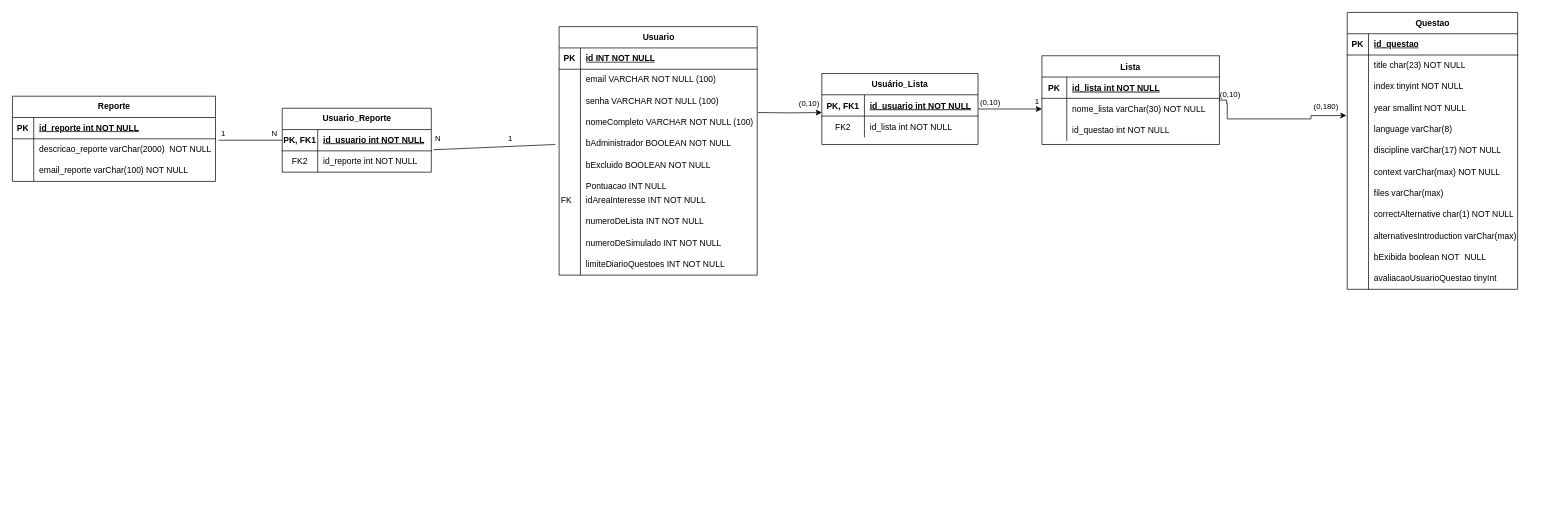
The draw.io diagram DIAGRAMA ER.drawio in augustorazani/QENEM-UML-Diagram, before the edit. Source tidied: cells renumbered, new cells numbered last; positions are measured from the earlier drawing's top-left corner, leaving out a move shared by most shapes. Both pictures are drawn from the tidied source at 71%, with x=0, y=0 at pixel (12, 12).
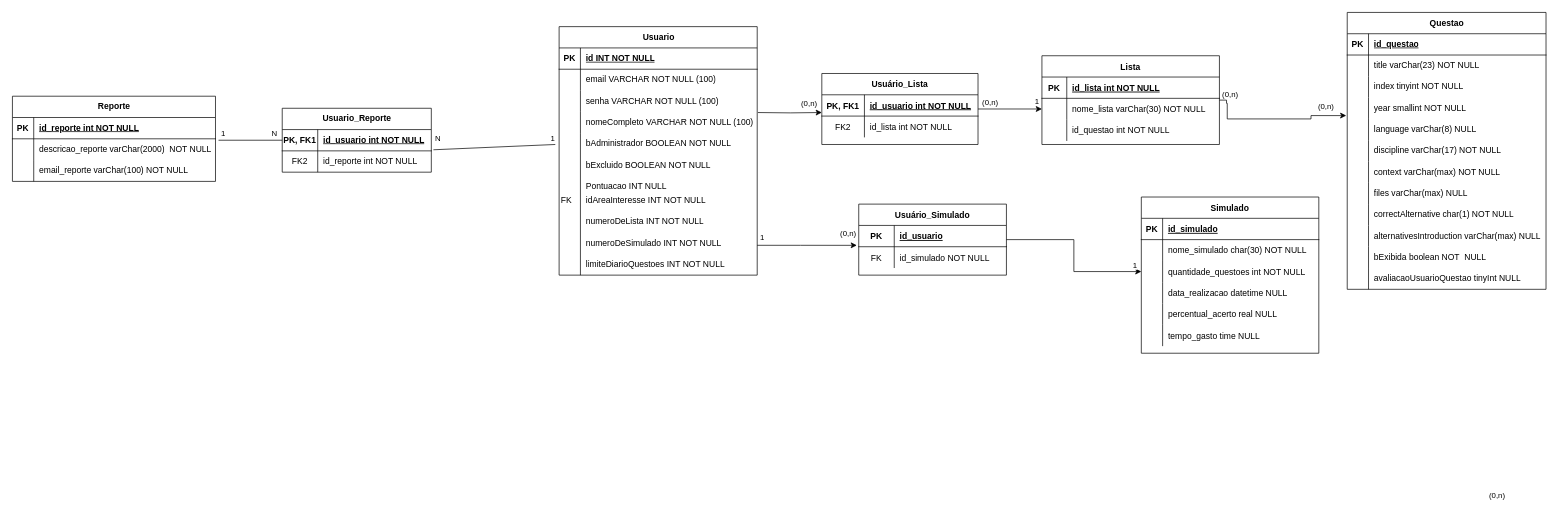
The same page after the edit.

The change refers to these unchanged cells:
```xml
<mxCell id="2" style="edgeStyle=orthogonalEdgeStyle;rounded=0;jettySize=auto;html=1;entryX=-0.005;entryY=0.844;entryDx=0;entryDy=0;entryPerimeter=0;" parent="1" edge="1" source="5" target="60">
  <mxGeometry relative="1" as="geometry">
    <Array as="points">
      <mxPoint x="1710" y="124" />
      <mxPoint x="1710" y="128" />
      <mxPoint x="1711" y="128" />
      <mxPoint x="1711" y="150" />
      <mxPoint x="1829" y="150" />
    </Array>
  </mxGeometry>
</mxCell>
<mxCell id="23" style="edgeStyle=orthogonalEdgeStyle;rounded=0;jettySize=auto;html=1;entryX=0;entryY=0.833;entryDx=0;entryDy=0;entryPerimeter=0;" parent="1" edge="1" target="17">
  <mxGeometry relative="1" as="geometry">
    <mxPoint x="1050" y="141" as="sourcePoint" />
  </mxGeometry>
</mxCell>
<mxCell id="87" value="Usuario" style="shape=table;startSize=30;childLayout=tableLayout;rowLines=0;fontStyle=1;align=center;html=1;" parent="1" vertex="1">
  <mxGeometry x="770" y="20" width="279" height="350" as="geometry" />
</mxCell>
```

What changed in the source:
```diff
@@
-    <mxCell id="3" value="(0,180)" style="edgeLabel;html=1;align=center;verticalAlign=middle;" parent="2" vertex="1">
+    <mxCell id="3" value="(0,n)" style="edgeLabel;html=1;align=center;verticalAlign=middle;" parent="2" vertex="1">
       <mxGeometry x="0.8" y="1" relative="1" as="geometry">
         <mxPoint x="-8" y="-13" as="offset" />
       </mxGeometry>
     </mxCell>
-    <mxCell id="4" value="(0,10)" style="edgeLabel;html=1;align=center;verticalAlign=middle;" parent="2" vertex="1">
+    <mxCell id="4" value="(0,n)" style="edgeLabel;html=1;align=center;verticalAlign=middle;" parent="2" vertex="1">
       <mxGeometry x="-0.8" y="1" relative="1" as="geometry">
         <mxPoint x="2" y="-19" as="offset" />
       </mxGeometry>
     </mxCell>
@@
-    <mxCell id="24" value="(0,10)" style="edgeLabel;html=1;align=center;verticalAlign=middle;" parent="23" vertex="1">
+    <mxCell id="24" value="(0,n)" style="edgeLabel;html=1;align=center;verticalAlign=middle;" parent="23" vertex="1">
       <mxGeometry x="0.6" y="1" relative="1" as="geometry">
         <mxPoint y="-12" as="offset" />
       </mxGeometry>
     </mxCell>
-    <mxCell id="25" value="(0,10)" style="edgeLabel;html=1;align=center;verticalAlign=middle;" parent="1" vertex="1">
+    <mxCell id="25" value="(0,n)" style="edgeLabel;html=1;align=center;verticalAlign=middle;" parent="1" vertex="1">
       <mxGeometry x="1371" y="125" as="geometry">
         <mxPoint x="5" y="1" as="offset" />
       </mxGeometry>
     </mxCell>
@@
     <mxCell id="49" value="1" style="edgeLabel;html=1;align=center;verticalAlign=middle;" parent="1" vertex="1">
-      <mxGeometry x="380" y="170" as="geometry">
+      <mxGeometry x="440" y="170" as="geometry">
         <mxPoint x="320" y="7" as="offset" />
       </mxGeometry>
     </mxCell>
     <mxCell id="50" value="Questao" style="shape=table;startSize=30;childLayout=tableLayout;rowLines=0;fontStyle=1;align=center;html=1;" parent="1" vertex="1">
-      <mxGeometry x="1880" width="240" height="390" as="geometry" />
+      <mxGeometry x="1880" width="280" height="390" as="geometry" />
     </mxCell>
     <mxCell id="51" style="shape=tableRow;horizontal=0;startSize=0;swimlaneHead=0;swimlaneBody=0;fillColor=none;top=0;left=0;right=0;bottom=1;" parent="50" vertex="1">
-      <mxGeometry y="30" width="240" height="30" as="geometry" />
+      <mxGeometry y="30" width="280" height="30" as="geometry" />
     </mxCell>
@@
     <mxCell id="53" value="id_questao" style="shape=partialRectangle;fillColor=none;top=0;left=0;bottom=0;right=0;align=left;spacingLeft=6;fontStyle=5;overflow=hidden;whiteSpace=wrap;html=1;" parent="51" vertex="1">
-      <mxGeometry x="30" width="210" height="30" as="geometry" />
+      <mxGeometry x="30" width="250" height="30" as="geometry" />
     </mxCell>
     <mxCell id="54" style="shape=tableRow;horizontal=0;startSize=0;swimlaneHead=0;swimlaneBody=0;fillColor=none;top=0;left=0;right=0;bottom=0;" parent="50" vertex="1">
-      <mxGeometry y="60" width="240" height="30" as="geometry" />
+      <mxGeometry y="60" width="280" height="30" as="geometry" />
     </mxCell>
@@
-    <mxCell id="56" value="title char(23) NOT NULL" style="shape=partialRectangle;fillColor=none;top=0;left=0;bottom=0;right=0;align=left;spacingLeft=6;overflow=hidden;whiteSpace=wrap;html=1;" parent="54" vertex="1">
-      <mxGeometry x="30" width="210" height="30" as="geometry" />
+    <mxCell id="56" value="title varChar(23) NOT NULL" style="shape=partialRectangle;fillColor=none;top=0;left=0;bottom=0;right=0;align=left;spacingLeft=6;overflow=hidden;whiteSpace=wrap;html=1;" parent="54" vertex="1">
+      <mxGeometry x="30" width="250" height="30" as="geometry" />
     </mxCell>
     <mxCell id="57" style="shape=tableRow;horizontal=0;startSize=0;swimlaneHead=0;swimlaneBody=0;fillColor=none;top=0;left=0;right=0;bottom=0;" parent="50" vertex="1">
-      <mxGeometry y="90" width="240" height="30" as="geometry" />
+      <mxGeometry y="90" width="280" height="30" as="geometry" />
     </mxCell>
@@
     <mxCell id="59" value="index tinyint NOT NULL" style="shape=partialRectangle;fillColor=none;top=0;left=0;bottom=0;right=0;align=left;spacingLeft=6;overflow=hidden;whiteSpace=wrap;html=1;" parent="57" vertex="1">
-      <mxGeometry x="30" width="210" height="30" as="geometry" />
+      <mxGeometry x="30" width="250" height="30" as="geometry" />
     </mxCell>
     <mxCell id="60" style="shape=tableRow;horizontal=0;startSize=0;swimlaneHead=0;swimlaneBody=0;fillColor=none;points=[[0,0.5],[1,0.5]];portConstraint=eastwest;top=0;left=0;right=0;bottom=0;" parent="50" vertex="1">
-      <mxGeometry y="120" width="240" height="30" as="geometry" />
+      <mxGeometry y="120" width="280" height="30" as="geometry" />
     </mxCell>
@@
     <mxCell id="62" value="year smallint NOT NULL" style="shape=partialRectangle;fillColor=none;top=0;left=0;bottom=0;right=0;align=left;spacingLeft=6;overflow=hidden;whiteSpace=wrap;html=1;" parent="60" vertex="1">
-      <mxGeometry x="30" width="210" height="30" as="geometry" />
+      <mxGeometry x="30" width="250" height="30" as="geometry" />
     </mxCell>
     <mxCell id="63" style="shape=tableRow;horizontal=0;startSize=0;swimlaneHead=0;swimlaneBody=0;fillColor=none;top=0;left=0;right=0;bottom=0;" parent="50" vertex="1">
-      <mxGeometry y="150" width="240" height="30" as="geometry" />
+      <mxGeometry y="150" width="280" height="30" as="geometry" />
     </mxCell>
@@
-    <mxCell id="65" value="language varC&lt;span style=&quot;background-color: transparent; color: light-dark(rgb(0, 0, 0), rgb(255, 255, 255));&quot;&gt;har(8)&lt;/span&gt;" style="shape=partialRectangle;fillColor=none;top=0;left=0;bottom=0;right=0;align=left;spacingLeft=6;overflow=hidden;whiteSpace=wrap;html=1;" parent="63" vertex="1">
-      <mxGeometry x="30" width="210" height="30" as="geometry" />
+    <mxCell id="65" value="language varC&lt;span style=&quot;background-color: transparent; color: light-dark(rgb(0, 0, 0), rgb(255, 255, 255));&quot;&gt;har(8) NULL&lt;/span&gt;" style="shape=partialRectangle;fillColor=none;top=0;left=0;bottom=0;right=0;align=left;spacingLeft=6;overflow=hidden;whiteSpace=wrap;html=1;" parent="63" vertex="1">
+      <mxGeometry x="30" width="250" height="30" as="geometry" />
     </mxCell>
     <mxCell id="66" style="shape=tableRow;horizontal=0;startSize=0;swimlaneHead=0;swimlaneBody=0;fillColor=none;top=0;left=0;right=0;bottom=0;" parent="50" vertex="1">
-      <mxGeometry y="180" width="240" height="30" as="geometry" />
+      <mxGeometry y="180" width="280" height="30" as="geometry" />
     </mxCell>
@@
     <mxCell id="68" value="discipline varChar(17) NOT NULL" style="shape=partialRectangle;fillColor=none;top=0;left=0;bottom=0;right=0;align=left;spacingLeft=6;overflow=hidden;whiteSpace=wrap;html=1;" parent="66" vertex="1">
-      <mxGeometry x="30" width="210" height="30" as="geometry" />
+      <mxGeometry x="30" width="250" height="30" as="geometry" />
     </mxCell>
     <mxCell id="69" style="shape=tableRow;horizontal=0;startSize=0;swimlaneHead=0;swimlaneBody=0;fillColor=none;top=0;left=0;right=0;bottom=0;" parent="50" vertex="1">
-      <mxGeometry y="210" width="240" height="30" as="geometry" />
+      <mxGeometry y="210" width="280" height="30" as="geometry" />
     </mxCell>
@@
     <mxCell id="71" value="context varChar(max) NOT NULL" style="shape=partialRectangle;fillColor=none;top=0;left=0;bottom=0;right=0;align=left;spacingLeft=6;overflow=hidden;whiteSpace=wrap;html=1;" parent="69" vertex="1">
-      <mxGeometry x="30" width="210" height="30" as="geometry" />
+      <mxGeometry x="30" width="250" height="30" as="geometry" />
     </mxCell>
     <mxCell id="72" style="shape=tableRow;horizontal=0;startSize=0;swimlaneHead=0;swimlaneBody=0;fillColor=none;top=0;left=0;right=0;bottom=0;" parent="50" vertex="1">
-      <mxGeometry y="240" width="240" height="30" as="geometry" />
+      <mxGeometry y="240" width="280" height="30" as="geometry" />
     </mxCell>
@@
-    <mxCell id="74" value="files varChar(max)" style="shape=partialRectangle;fillColor=none;top=0;left=0;bottom=0;right=0;align=left;spacingLeft=6;overflow=hidden;whiteSpace=wrap;html=1;" parent="72" vertex="1">
-      <mxGeometry x="30" width="210" height="30" as="geometry" />
+    <mxCell id="74" value="files varChar(max) NULL" style="shape=partialRectangle;fillColor=none;top=0;left=0;bottom=0;right=0;align=left;spacingLeft=6;overflow=hidden;whiteSpace=wrap;html=1;" parent="72" vertex="1">
+      <mxGeometry x="30" width="250" height="30" as="geometry" />
     </mxCell>
     <mxCell id="75" style="shape=tableRow;horizontal=0;startSize=0;swimlaneHead=0;swimlaneBody=0;fillColor=none;top=0;left=0;right=0;bottom=0;" parent="50" vertex="1">
-      <mxGeometry y="270" width="240" height="30" as="geometry" />
+      <mxGeometry y="270" width="280" height="30" as="geometry" />
     </mxCell>
@@
     <mxCell id="77" value="correctAlternative char(1) NOT NULL" style="shape=partialRectangle;fillColor=none;top=0;left=0;bottom=0;right=0;align=left;spacingLeft=6;overflow=hidden;whiteSpace=wrap;html=1;" parent="75" vertex="1">
-      <mxGeometry x="30" width="210" height="30" as="geometry" />
+      <mxGeometry x="30" width="250" height="30" as="geometry" />
     </mxCell>
     <mxCell id="78" style="shape=tableRow;horizontal=0;startSize=0;swimlaneHead=0;swimlaneBody=0;fillColor=none;top=0;left=0;right=0;bottom=0;" parent="50" vertex="1">
-      <mxGeometry y="300" width="240" height="30" as="geometry" />
+      <mxGeometry y="300" width="280" height="30" as="geometry" />
     </mxCell>
@@
-    <mxCell id="80" value="alternativesIntroduction varChar(max)" style="shape=partialRectangle;fillColor=none;top=0;left=0;bottom=0;right=0;align=left;spacingLeft=6;overflow=hidden;whiteSpace=wrap;html=1;" parent="78" vertex="1">
-      <mxGeometry x="30" width="210" height="30" as="geometry" />
+    <mxCell id="80" value="alternativesIntroduction varChar(max) NULL" style="shape=partialRectangle;fillColor=none;top=0;left=0;bottom=0;right=0;align=left;spacingLeft=6;overflow=hidden;whiteSpace=wrap;html=1;" parent="78" vertex="1">
+      <mxGeometry x="30" width="250" height="30" as="geometry" />
     </mxCell>
     <mxCell id="81" style="shape=tableRow;horizontal=0;startSize=0;swimlaneHead=0;swimlaneBody=0;fillColor=none;top=0;left=0;right=0;bottom=0;" parent="50" vertex="1">
-      <mxGeometry y="330" width="240" height="30" as="geometry" />
+      <mxGeometry y="330" width="280" height="30" as="geometry" />
     </mxCell>
@@
     <mxCell id="83" value="bExibida boolean NOT&amp;nbsp; NULL" style="shape=partialRectangle;fillColor=none;top=0;left=0;bottom=0;right=0;align=left;spacingLeft=6;overflow=hidden;whiteSpace=wrap;html=1;" parent="81" vertex="1">
-      <mxGeometry x="30" width="210" height="30" as="geometry" />
+      <mxGeometry x="30" width="250" height="30" as="geometry" />
     </mxCell>
     <mxCell id="84" style="shape=tableRow;horizontal=0;startSize=0;swimlaneHead=0;swimlaneBody=0;fillColor=none;top=0;left=0;right=0;bottom=0;" parent="50" vertex="1">
-      <mxGeometry y="360" width="240" height="30" as="geometry" />
+      <mxGeometry y="360" width="280" height="30" as="geometry" />
     </mxCell>
@@
-    <mxCell id="86" value="avaliacaoUsuarioQuestao tinyInt" style="shape=partialRectangle;fillColor=none;top=0;left=0;bottom=0;right=0;align=left;spacingLeft=6;overflow=hidden;whiteSpace=wrap;html=1;" parent="84" vertex="1">
-      <mxGeometry x="30" width="210" height="30" as="geometry" />
+    <mxCell id="86" value="avaliacaoUsuarioQuestao tinyInt NULL" style="shape=partialRectangle;fillColor=none;top=0;left=0;bottom=0;right=0;align=left;spacingLeft=6;overflow=hidden;whiteSpace=wrap;html=1;" parent="84" vertex="1">
+      <mxGeometry x="30" width="250" height="30" as="geometry" />
     </mxCell>
@@
+    <mxCell id="116" value="Simulado" style="shape=table;startSize=30;childLayout=tableLayout;rowLines=0;fontStyle=1;align=center;" parent="1" vertex="1">
+      <mxGeometry x="1590" y="260" width="250" height="220" as="geometry" />
+    </mxCell>
+    <mxCell id="117" style="shape=partialRectangle;fillColor=none;top=0;left=0;right=0;bottom=1;" parent="116" vertex="1">
+      <mxGeometry y="30" width="250" height="30" as="geometry" />
+    </mxCell>
+    <mxCell id="118" value="PK" style="shape=partialRectangle;overflow=hidden;fillColor=none;top=0;left=0;bottom=0;right=0;fontStyle=1;" parent="117" vertex="1">
+      <mxGeometry width="30" height="30" as="geometry" />
+    </mxCell>
+    <mxCell id="119" value="id_simulado" style="shape=partialRectangle;overflow=hidden;fillColor=none;top=0;left=0;bottom=0;right=0;align=left;spacingLeft=6;fontStyle=5;" parent="117" vertex="1">
+      <mxGeometry x="30" width="220" height="30" as="geometry" />
+    </mxCell>
+    <mxCell id="120" style="shape=partialRectangle;fillColor=none;top=0;left=0;right=0;bottom=0;" parent="116" vertex="1">
+      <mxGeometry y="60" width="250" height="30" as="geometry" />
+    </mxCell>
+    <mxCell id="121" style="shape=partialRectangle;overflow=hidden;fillColor=none;top=0;left=0;bottom=0;right=0;" parent="120" vertex="1">
+      <mxGeometry width="30" height="30" as="geometry" />
+    </mxCell>
+    <mxCell id="122" value="nome_simulado char(30) NOT NULL" style="shape=partialRectangle;overflow=hidden;fillColor=none;top=0;left=0;bottom=0;right=0;align=left;spacingLeft=6;" parent="120" vertex="1">
+      <mxGeometry x="30" width="220" height="30" as="geometry" />
+    </mxCell>
+    <mxCell id="123" style="shape=partialRectangle;fillColor=none;points=[[0,0.5],[1,0.5]];portConstraint=eastwest;top=0;left=0;right=0;bottom=0;" parent="116" vertex="1">
+      <mxGeometry y="90" width="250" height="30" as="geometry" />
+    </mxCell>
+    <mxCell id="124" style="shape=partialRectangle;overflow=hidden;fillColor=none;top=0;left=0;bottom=0;right=0;" parent="123" vertex="1">
+      <mxGeometry width="30" height="30" as="geometry" />
+    </mxCell>
+    <mxCell id="125" value="quantidade_questoes int NOT NULL" style="shape=partialRectangle;overflow=hidden;fillColor=none;top=0;left=0;bottom=0;right=0;align=left;spacingLeft=6;" parent="123" vertex="1">
+      <mxGeometry x="30" width="220" height="30" as="geometry" />
+    </mxCell>
+    <mxCell id="126" style="shape=partialRectangle;fillColor=none;top=0;left=0;right=0;bottom=0;" parent="116" vertex="1">
+      <mxGeometry y="120" width="250" height="30" as="geometry" />
+    </mxCell>
+    <mxCell id="127" style="shape=partialRectangle;overflow=hidden;fillColor=none;top=0;left=0;bottom=0;right=0;" parent="126" vertex="1">
+      <mxGeometry width="30" height="30" as="geometry" />
+    </mxCell>
+    <mxCell id="128" value="data_realizacao datetime NULL" style="shape=partialRectangle;overflow=hidden;fillColor=none;top=0;left=0;bottom=0;right=0;align=left;spacingLeft=6;" parent="126" vertex="1">
+      <mxGeometry x="30" width="220" height="30" as="geometry" />
+    </mxCell>
+    <mxCell id="129" style="shape=partialRectangle;fillColor=none;top=0;left=0;right=0;bottom=0;" parent="116" vertex="1">
+      <mxGeometry y="150" width="250" height="30" as="geometry" />
+    </mxCell>
+    <mxCell id="130" style="shape=partialRectangle;overflow=hidden;fillColor=none;top=0;left=0;bottom=0;right=0;" parent="129" vertex="1">
+      <mxGeometry width="30" height="30" as="geometry" />
+    </mxCell>
+    <mxCell id="131" value="percentual_acerto real NULL" style="shape=partialRectangle;overflow=hidden;fillColor=none;top=0;left=0;bottom=0;right=0;align=left;spacingLeft=6;" parent="129" vertex="1">
+      <mxGeometry x="30" width="220" height="30" as="geometry" />
+    </mxCell>
+    <mxCell id="132" style="shape=partialRectangle;fillColor=none;top=0;left=0;right=0;bottom=0;" parent="116" vertex="1">
+      <mxGeometry y="180" width="250" height="30" as="geometry" />
+    </mxCell>
+    <mxCell id="133" style="shape=partialRectangle;overflow=hidden;fillColor=none;top=0;left=0;bottom=0;right=0;" parent="132" vertex="1">
+      <mxGeometry width="30" height="30" as="geometry" />
+    </mxCell>
+    <mxCell id="134" value="tempo_gasto time NULL" style="shape=partialRectangle;overflow=hidden;fillColor=none;top=0;left=0;bottom=0;right=0;align=left;spacingLeft=6;" parent="132" vertex="1">
+      <mxGeometry x="30" width="220" height="30" as="geometry" />
+    </mxCell>
+    <mxCell id="135" style="edgeStyle=orthogonalEdgeStyle;rounded=0;jettySize=auto;html=1;entryX=0;entryY=0.5;entryDx=0;entryDy=0;" parent="1" edge="1" source="136" target="123">
+      <mxGeometry relative="1" as="geometry" />
+    </mxCell>
+    <mxCell id="136" value="Usuário_Simulado" style="shape=table;startSize=30;childLayout=tableLayout;rowLines=0;fontStyle=1;align=center;" parent="1" vertex="1">
+      <mxGeometry x="1192" y="270" width="208" height="100" as="geometry" />
+    </mxCell>
+    <mxCell id="137" style="shape=partialRectangle;fillColor=none;top=0;left=0;right=0;bottom=1;" parent="136" vertex="1">
+      <mxGeometry y="30" width="208" height="30" as="geometry" />
+    </mxCell>
+    <mxCell id="138" value="PK" style="shape=partialRectangle;overflow=hidden;fillColor=none;top=0;left=0;bottom=0;right=0;fontStyle=1;" parent="137" vertex="1">
+      <mxGeometry width="50" height="30" as="geometry" />
+    </mxCell>
+    <mxCell id="139" value="id_usuario" style="shape=partialRectangle;overflow=hidden;fillColor=none;top=0;left=0;bottom=0;right=0;align=left;spacingLeft=6;fontStyle=5;" parent="137" vertex="1">
+      <mxGeometry x="50" width="158" height="30" as="geometry" />
+    </mxCell>
+    <mxCell id="140" style="shape=partialRectangle;fillColor=none;points=[[0,0.5],[1,0.5]];portConstraint=eastwest;top=0;left=0;right=0;bottom=0;" parent="136" vertex="1">
+      <mxGeometry y="60" width="208" height="30" as="geometry" />
+    </mxCell>
+    <mxCell id="141" value="FK" style="shape=partialRectangle;overflow=hidden;fillColor=none;top=0;left=0;bottom=0;right=0;" parent="140" vertex="1">
+      <mxGeometry width="50" height="30" as="geometry" />
+    </mxCell>
+    <mxCell id="142" value="id_simulado NOT NULL" style="shape=partialRectangle;overflow=hidden;fillColor=none;top=0;left=0;bottom=0;right=0;align=left;spacingLeft=6;" parent="140" vertex="1">
+      <mxGeometry x="50" width="158" height="30" as="geometry" />
+    </mxCell>
+    <mxCell id="143" style="edgeStyle=orthogonalEdgeStyle;rounded=0;jettySize=auto;html=1;entryX=-0.013;entryY=-0.065;entryDx=0;entryDy=0;entryPerimeter=0;" parent="1" edge="1" source="87" target="140">
+      <mxGeometry relative="1" as="geometry">
+        <Array as="points">
+          <mxPoint x="1110" y="328" />
+          <mxPoint x="1110" y="328" />
+        </Array>
+      </mxGeometry>
+    </mxCell>
+    <mxCell id="144" value="1" style="edgeLabel;html=1;align=center;verticalAlign=middle;" parent="143" vertex="1">
+      <mxGeometry x="-0.8" relative="1" as="geometry">
+        <mxPoint x="-8" y="-12" as="offset" />
+      </mxGeometry>
+    </mxCell>
+    <mxCell id="145" value="(0,n)" style="edgeLabel;html=1;align=center;verticalAlign=middle;" parent="1" vertex="1">
+      <mxGeometry x="1176" y="311" as="geometry" />
+    </mxCell>
+    <mxCell id="146" value="(0,n)" style="edgeLabel;html=1;align=center;verticalAlign=middle;" parent="1" vertex="1">
+      <mxGeometry x="2090" y="680" as="geometry" />
+    </mxCell>
+    <mxCell id="147" value="1" style="edgeLabel;html=1;align=center;verticalAlign=middle;" parent="1" vertex="1">
+      <mxGeometry x="1580" y="355" as="geometry" />
+    </mxCell>
```
